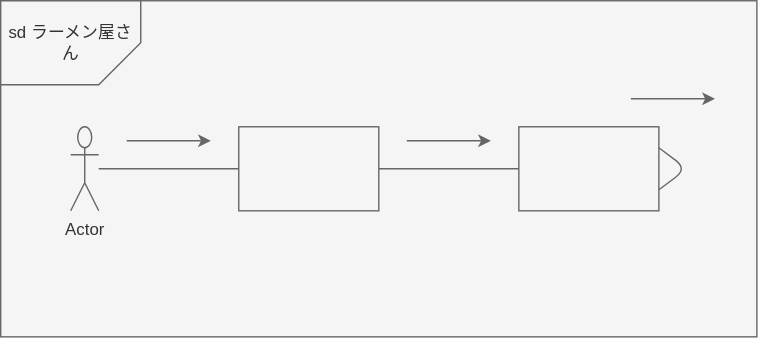
SatouSeira/uml-introduction keeps this draw.io diagram as 例題5-1_ラーメン注文配膳.drawio.svg. Above is the earlier version. Source tidied: cells renumbered, new cells last; positions are measured from the earlier drawing's top-left corner, leaving out a move shared by most shapes. The source it was exported from:
```xml
<mxGraphModel>
  <root>
    <mxCell id="0" />
    <mxCell id="1" parent="0" />
    <mxCell id="2" style="rounded=0;whiteSpace=wrap;html=1;fillColor=#f5f5f5;strokeColor=#666666;fontColor=#333333;" parent="1" vertex="1">
      <mxGeometry width="540" height="240" as="geometry" />
    </mxCell>
    <mxCell id="3" value="sd ラーメン屋さん" style="shape=card;whiteSpace=wrap;html=1;direction=west;fillColor=#f5f5f5;fontColor=#333333;strokeColor=#666666;" parent="1" vertex="1">
      <mxGeometry width="100" height="60" as="geometry" />
    </mxCell>
    <mxCell id="4" value="Actor" style="shape=umlActor;verticalLabelPosition=bottom;verticalAlign=top;html=1;outlineConnect=0;fillColor=#f5f5f5;fontColor=#333333;strokeColor=#666666;" parent="1" vertex="1">
      <mxGeometry x="50" y="90" width="20" height="60" as="geometry" />
    </mxCell>
    <mxCell id="5" style="rounded=0;whiteSpace=wrap;html=1;fillColor=#f5f5f5;fontColor=#333333;strokeColor=#666666;" parent="1" vertex="1">
      <mxGeometry x="170" y="90" width="100" height="60" as="geometry" />
    </mxCell>
    <mxCell id="6" style="endArrow=none;html=1;entryX=0;entryY=0.5;entryDx=0;entryDy=0;fillColor=#f5f5f5;strokeColor=#666666;" parent="1" edge="1" source="4" target="5">
      <mxGeometry relative="1" as="geometry" />
    </mxCell>
    <mxCell id="7" style="rounded=0;whiteSpace=wrap;html=1;fillColor=#f5f5f5;strokeColor=#666666;fontColor=#333333;" parent="1" vertex="1">
      <mxGeometry x="370" y="90" width="100" height="60" as="geometry" />
    </mxCell>
    <mxCell id="8" style="endArrow=none;html=1;exitX=1;exitY=0.5;exitDx=0;exitDy=0;entryX=0;entryY=0.5;entryDx=0;entryDy=0;fillColor=#f5f5f5;strokeColor=#666666;" parent="1" edge="1" source="5" target="7">
      <mxGeometry relative="1" as="geometry" />
    </mxCell>
    <mxCell id="9" style="endArrow=none;html=1;entryX=1;entryY=0.25;entryDx=0;entryDy=0;exitX=1;exitY=0.75;exitDx=0;exitDy=0;fillColor=#f5f5f5;strokeColor=#666666;" parent="1" edge="1" source="7" target="7">
      <mxGeometry relative="1" as="geometry">
        <Array as="points">
          <mxPoint x="490" y="120" />
        </Array>
      </mxGeometry>
    </mxCell>
    <mxCell id="10" style="endArrow=classic;html=1;fillColor=#f5f5f5;strokeColor=#666666;" parent="1" edge="1">
      <mxGeometry relative="1" as="geometry">
        <mxPoint x="90" y="100" as="sourcePoint" />
        <mxPoint x="150" y="100" as="targetPoint" />
      </mxGeometry>
    </mxCell>
    <mxCell id="11" style="endArrow=classic;html=1;fillColor=#f5f5f5;strokeColor=#666666;" parent="1" edge="1">
      <mxGeometry relative="1" as="geometry">
        <mxPoint x="290" y="100" as="sourcePoint" />
        <mxPoint x="350" y="100" as="targetPoint" />
      </mxGeometry>
    </mxCell>
    <mxCell id="12" style="endArrow=classic;html=1;fillColor=#f5f5f5;strokeColor=#666666;" parent="1" edge="1">
      <mxGeometry relative="1" as="geometry">
        <mxPoint x="450" y="70" as="sourcePoint" />
        <mxPoint x="510" y="70" as="targetPoint" />
      </mxGeometry>
    </mxCell>
  </root>
</mxGraphModel>
```
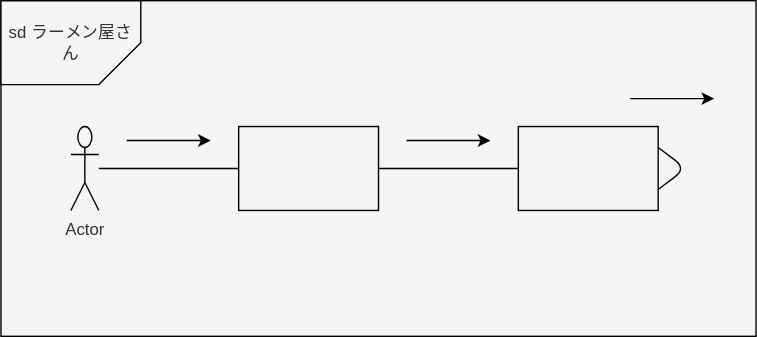
Above is the later version.

The edit, as a diff of the source:
```diff
@@ -2,47 +2,47 @@
   <root>
     <mxCell id="0" />
     <mxCell id="1" parent="0" />
-    <mxCell id="2" style="rounded=0;whiteSpace=wrap;html=1;fillColor=#f5f5f5;strokeColor=#666666;fontColor=#333333;" parent="1" vertex="1">
+    <mxCell id="2" style="rounded=0;whiteSpace=wrap;html=1;fillColor=#f5f5f5;strokeColor=#000;fontColor=#333333;" parent="1" vertex="1">
       <mxGeometry width="540" height="240" as="geometry" />
     </mxCell>
-    <mxCell id="3" value="sd ラーメン屋さん" style="shape=card;whiteSpace=wrap;html=1;direction=west;fillColor=#f5f5f5;fontColor=#333333;strokeColor=#666666;" parent="1" vertex="1">
+    <mxCell id="3" value="sd ラーメン屋さん" style="shape=card;whiteSpace=wrap;html=1;direction=west;fillColor=#f5f5f5;fontColor=#333333;strokeColor=#000000;" parent="1" vertex="1">
       <mxGeometry width="100" height="60" as="geometry" />
     </mxCell>
-    <mxCell id="4" value="Actor" style="shape=umlActor;verticalLabelPosition=bottom;verticalAlign=top;html=1;outlineConnect=0;fillColor=#f5f5f5;fontColor=#333333;strokeColor=#666666;" parent="1" vertex="1">
+    <mxCell id="4" value="Actor" style="shape=umlActor;verticalLabelPosition=bottom;verticalAlign=top;html=1;outlineConnect=0;fillColor=#f5f5f5;fontColor=#333333;strokeColor=#000000;" parent="1" vertex="1">
       <mxGeometry x="50" y="90" width="20" height="60" as="geometry" />
     </mxCell>
-    <mxCell id="5" style="rounded=0;whiteSpace=wrap;html=1;fillColor=#f5f5f5;fontColor=#333333;strokeColor=#666666;" parent="1" vertex="1">
+    <mxCell id="5" style="rounded=0;whiteSpace=wrap;html=1;fillColor=#f5f5f5;fontColor=#333333;strokeColor=#000000;" parent="1" vertex="1">
       <mxGeometry x="170" y="90" width="100" height="60" as="geometry" />
     </mxCell>
-    <mxCell id="6" style="endArrow=none;html=1;entryX=0;entryY=0.5;entryDx=0;entryDy=0;fillColor=#f5f5f5;strokeColor=#666666;" parent="1" edge="1" source="4" target="5">
+    <mxCell id="6" style="endArrow=none;html=1;entryX=0;entryY=0.5;entryDx=0;entryDy=0;fillColor=#f5f5f5;strokeColor=#000000;" parent="1" edge="1" source="4" target="5">
       <mxGeometry relative="1" as="geometry" />
     </mxCell>
-    <mxCell id="7" style="rounded=0;whiteSpace=wrap;html=1;fillColor=#f5f5f5;strokeColor=#666666;fontColor=#333333;" parent="1" vertex="1">
+    <mxCell id="7" style="rounded=0;whiteSpace=wrap;html=1;fillColor=#f5f5f5;strokeColor=#000000;fontColor=#333333;gradientColor=none;" parent="1" vertex="1">
       <mxGeometry x="370" y="90" width="100" height="60" as="geometry" />
     </mxCell>
-    <mxCell id="8" style="endArrow=none;html=1;exitX=1;exitY=0.5;exitDx=0;exitDy=0;entryX=0;entryY=0.5;entryDx=0;entryDy=0;fillColor=#f5f5f5;strokeColor=#666666;" parent="1" edge="1" source="5" target="7">
+    <mxCell id="8" style="endArrow=none;html=1;exitX=1;exitY=0.5;exitDx=0;exitDy=0;entryX=0;entryY=0.5;entryDx=0;entryDy=0;fillColor=#f5f5f5;strokeColor=#000000;" parent="1" edge="1" source="5" target="7">
       <mxGeometry relative="1" as="geometry" />
     </mxCell>
-    <mxCell id="9" style="endArrow=none;html=1;entryX=1;entryY=0.25;entryDx=0;entryDy=0;exitX=1;exitY=0.75;exitDx=0;exitDy=0;fillColor=#f5f5f5;strokeColor=#666666;" parent="1" edge="1" source="7" target="7">
+    <mxCell id="9" style="endArrow=none;html=1;entryX=1;entryY=0.25;entryDx=0;entryDy=0;exitX=1;exitY=0.75;exitDx=0;exitDy=0;fillColor=#f5f5f5;strokeColor=#000000;" parent="1" edge="1" source="7" target="7">
       <mxGeometry relative="1" as="geometry">
         <Array as="points">
           <mxPoint x="490" y="120" />
         </Array>
       </mxGeometry>
     </mxCell>
-    <mxCell id="10" style="endArrow=classic;html=1;fillColor=#f5f5f5;strokeColor=#666666;" parent="1" edge="1">
+    <mxCell id="10" style="endArrow=classic;html=1;fillColor=#f5f5f5;strokeColor=#000000;" parent="1" edge="1">
       <mxGeometry relative="1" as="geometry">
         <mxPoint x="90" y="100" as="sourcePoint" />
         <mxPoint x="150" y="100" as="targetPoint" />
       </mxGeometry>
     </mxCell>
-    <mxCell id="11" style="endArrow=classic;html=1;fillColor=#f5f5f5;strokeColor=#666666;" parent="1" edge="1">
+    <mxCell id="11" style="endArrow=classic;html=1;fillColor=#f5f5f5;strokeColor=#000000;" parent="1" edge="1">
       <mxGeometry relative="1" as="geometry">
         <mxPoint x="290" y="100" as="sourcePoint" />
         <mxPoint x="350" y="100" as="targetPoint" />
       </mxGeometry>
     </mxCell>
-    <mxCell id="12" style="endArrow=classic;html=1;fillColor=#f5f5f5;strokeColor=#666666;" parent="1" edge="1">
+    <mxCell id="12" style="endArrow=classic;html=1;fillColor=#f5f5f5;strokeColor=#000000;" parent="1" edge="1">
       <mxGeometry relative="1" as="geometry">
         <mxPoint x="450" y="70" as="sourcePoint" />
         <mxPoint x="510" y="70" as="targetPoint" />
```
